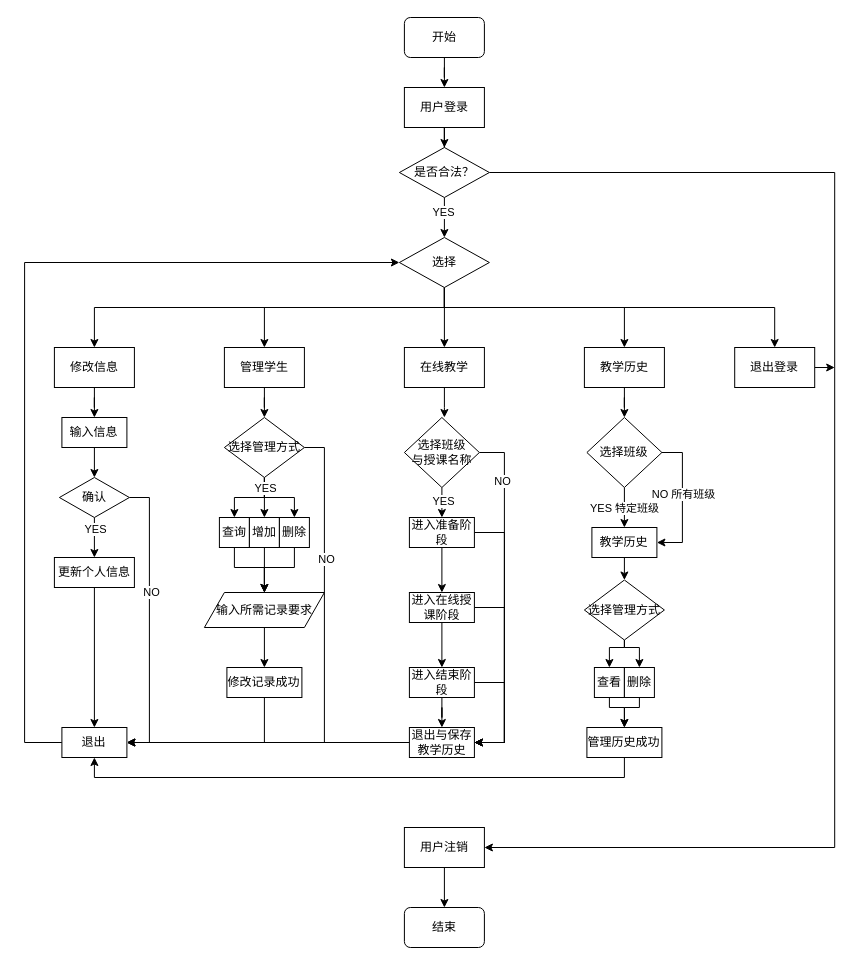
Ekko306/diagrams.net keeps this draw.io diagram as all.drawio. Above is the earlier version. Source tidied: cells renumbered, new cells numbered last; positions are measured from the earlier drawing's top-left corner, leaving out a move shared by most shapes. Both pictures are drawn from the tidied source at 100%, with x=0, y=0 at pixel (24, 17).
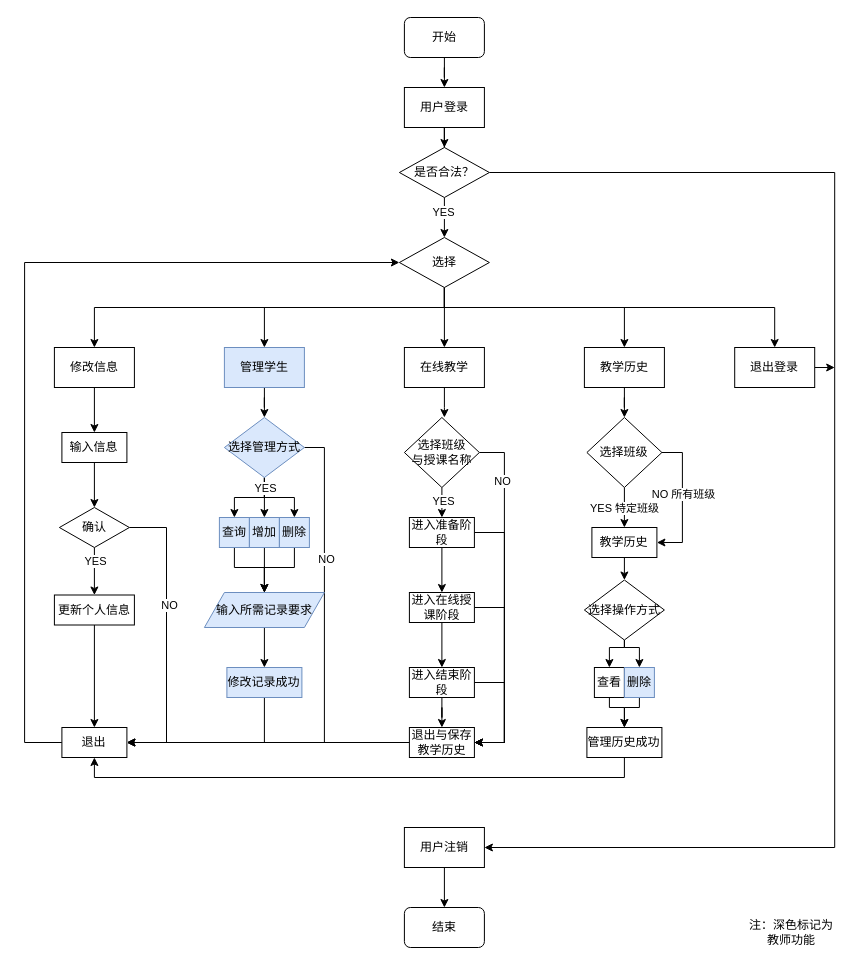
After the change.

The change refers to these unchanged cells:
```xml
<mxCell id="47" value="退出" style="rounded=0;whiteSpace=wrap;html=1;" parent="1" vertex="1">
  <mxGeometry x="37.4" y="710" width="65" height="30" as="geometry" />
</mxCell>
```

Diff of the diagram source:
```diff
@@
-    <mxCell id="19" value="管理学生" style="rounded=0;whiteSpace=wrap;html=1;" parent="1" vertex="1">
+    <mxCell id="19" value="管理学生" style="rounded=0;whiteSpace=wrap;html=1;fillColor=#dae8fc;strokeColor=#6c8ebf;" parent="1" vertex="1">
       <mxGeometry x="199.9" y="330" width="80" height="40" as="geometry" />
     </mxCell>
@@
-    <mxCell id="30" value="选择管理方式" style="rhombus;whiteSpace=wrap;html=1;" parent="1" vertex="1">
+    <mxCell id="30" value="选择管理方式" style="rhombus;whiteSpace=wrap;html=1;fillColor=#dae8fc;strokeColor=#6c8ebf;" parent="1" vertex="1">
       <mxGeometry x="199.9" y="400" width="80" height="60" as="geometry" />
     </mxCell>
@@
-    <mxCell id="32" value="查询" style="rounded=0;whiteSpace=wrap;html=1;" parent="1" vertex="1">
+    <mxCell id="32" value="查询" style="rounded=0;whiteSpace=wrap;html=1;fillColor=#dae8fc;strokeColor=#6c8ebf;" parent="1" vertex="1">
       <mxGeometry x="194.9" y="500" width="30" height="30" as="geometry" />
     </mxCell>
@@
-    <mxCell id="34" value="增加" style="rounded=0;whiteSpace=wrap;html=1;" parent="1" vertex="1">
+    <mxCell id="34" value="增加" style="rounded=0;whiteSpace=wrap;html=1;fillColor=#dae8fc;strokeColor=#6c8ebf;" parent="1" vertex="1">
       <mxGeometry x="224.9" y="500" width="30" height="30" as="geometry" />
     </mxCell>
@@
-    <mxCell id="36" value="删除" style="rounded=0;whiteSpace=wrap;html=1;" parent="1" vertex="1">
+    <mxCell id="36" value="删除" style="rounded=0;whiteSpace=wrap;html=1;fillColor=#dae8fc;strokeColor=#6c8ebf;" parent="1" vertex="1">
       <mxGeometry x="254.9" y="500" width="30" height="30" as="geometry" />
     </mxCell>
-    <mxCell id="37" style="edgeStyle=orthogonalEdgeStyle;rounded=0;jettySize=auto;html=1;exitX=0.5;exitY=1;exitDx=0;exitDy=0;entryX=0.5;entryY=0;entryDx=0;entryDy=0;" parent="1" edge="1" source="38" target="43">
+    <mxCell id="37" style="edgeStyle=orthogonalEdgeStyle;rounded=0;jettySize=auto;html=1;entryX=0.5;entryY=0;entryDx=0;entryDy=0;" parent="1" edge="1" source="38" target="43">
       <mxGeometry relative="1" as="geometry" />
     </mxCell>
     <mxCell id="38" value="输入信息" style="rounded=0;whiteSpace=wrap;html=1;" parent="1" vertex="1">
-      <mxGeometry x="37.4" y="400" width="65" height="30" as="geometry" />
+      <mxGeometry x="37.4" y="415" width="65" height="30" as="geometry" />
     </mxCell>
@@
     <mxCell id="41" style="edgeStyle=orthogonalEdgeStyle;rounded=0;jettySize=auto;html=1;exitX=1;exitY=0.5;exitDx=0;exitDy=0;entryX=1;entryY=0.5;entryDx=0;entryDy=0;" parent="1" edge="1" source="43" target="47">
-      <mxGeometry relative="1" as="geometry" />
+      <mxGeometry relative="1" as="geometry">
+        <Array as="points">
+          <mxPoint x="142" y="510" />
+          <mxPoint x="142" y="725" />
+        </Array>
+      </mxGeometry>
     </mxCell>
@@
     <mxCell id="43" value="确认" style="rhombus;whiteSpace=wrap;html=1;" parent="1" vertex="1">
-      <mxGeometry x="34.9" y="460" width="70" height="40" as="geometry" />
+      <mxGeometry x="34.9" y="490" width="70" height="40" as="geometry" />
     </mxCell>
@@
     <mxCell id="45" value="更新个人信息" style="rounded=0;whiteSpace=wrap;html=1;" parent="1" vertex="1">
-      <mxGeometry x="29.9" y="540" width="80" height="30" as="geometry" />
+      <mxGeometry x="29.9" y="577.5" width="80" height="30" as="geometry" />
     </mxCell>
@@
-    <mxCell id="49" value="输入所需记录要求" style="shape=parallelogram;perimeter=parallelogramPerimeter;whiteSpace=wrap;html=1;fixedSize=1;" parent="1" vertex="1">
+    <mxCell id="49" value="输入所需记录要求" style="shape=parallelogram;perimeter=parallelogramPerimeter;whiteSpace=wrap;html=1;fixedSize=1;fillColor=#dae8fc;strokeColor=#6c8ebf;" parent="1" vertex="1">
       <mxGeometry x="179.9" y="575" width="120" height="35" as="geometry" />
     </mxCell>
@@
-    <mxCell id="51" value="修改记录成功" style="rounded=0;whiteSpace=wrap;html=1;" parent="1" vertex="1">
+    <mxCell id="51" value="修改记录成功" style="rounded=0;whiteSpace=wrap;html=1;fillColor=#dae8fc;strokeColor=#6c8ebf;" parent="1" vertex="1">
       <mxGeometry x="202.4" y="650" width="75" height="30" as="geometry" />
     </mxCell>
@@
-    <mxCell id="77" value="选择管理方式" style="rhombus;whiteSpace=wrap;html=1;" parent="1" vertex="1">
+    <mxCell id="77" value="选择操作方式" style="rhombus;whiteSpace=wrap;html=1;" parent="1" vertex="1">
       <mxGeometry x="559.9" y="562.5" width="80" height="60" as="geometry" />
     </mxCell>
@@
-    <mxCell id="81" value="删除" style="rounded=0;whiteSpace=wrap;html=1;" parent="1" vertex="1">
+    <mxCell id="81" value="删除" style="rounded=0;whiteSpace=wrap;html=1;fillColor=#dae8fc;strokeColor=#6c8ebf;" parent="1" vertex="1">
       <mxGeometry x="599.9" y="650" width="30" height="30" as="geometry" />
     </mxCell>
@@
+    <mxCell id="89" value="注：深色标记为教师功能" style="text;html=1;strokeColor=none;fillColor=none;align=center;verticalAlign=middle;whiteSpace=wrap;rounded=0;" parent="1" vertex="1">
+      <mxGeometry x="722" y="900" width="90" height="30" as="geometry" />
+    </mxCell>
```
